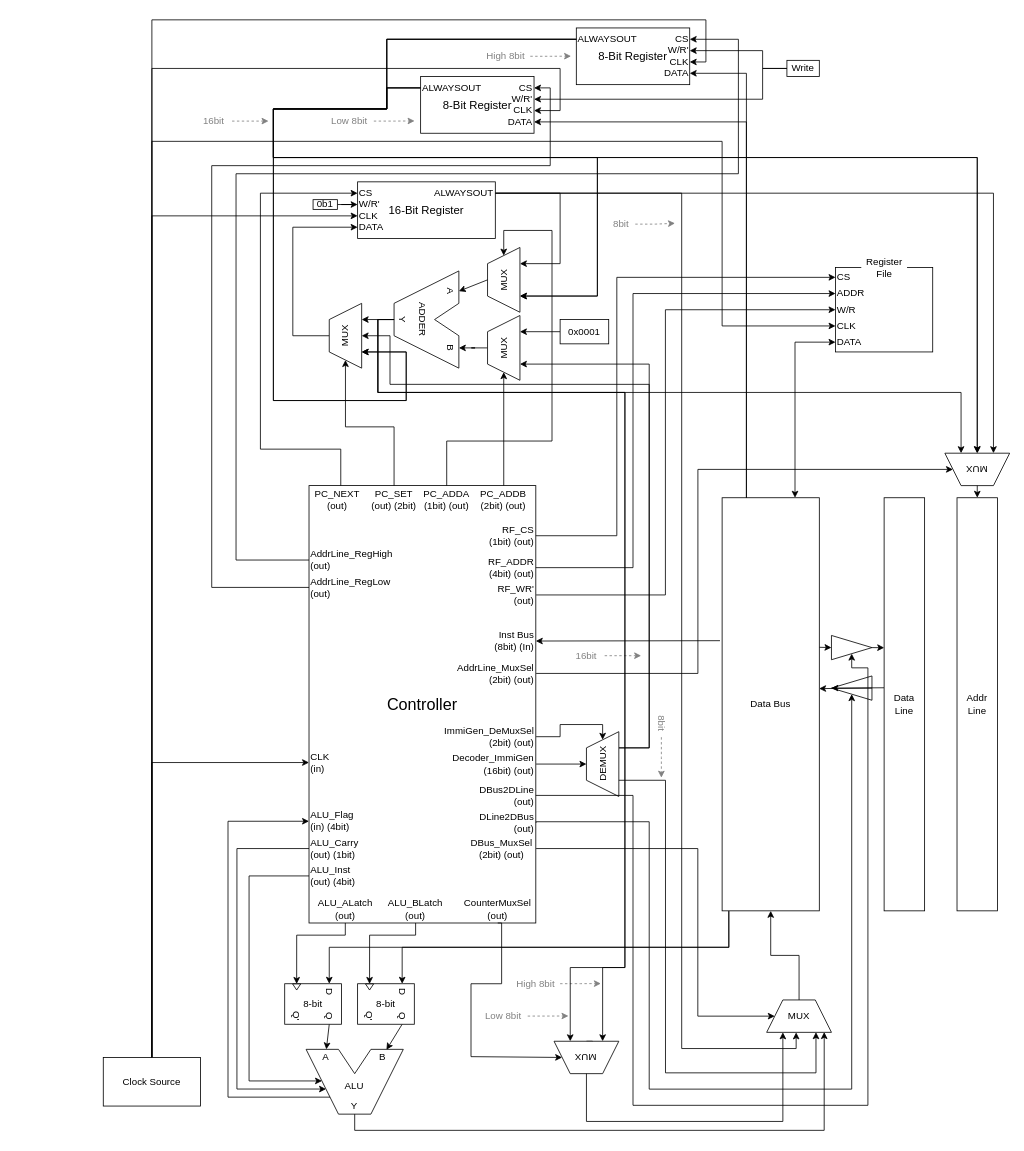
The draw.io diagram wa824/docs/core/I/wa824I.drawio in BeomjunKim-3p/wach, before the edit. Source tidied: cells renumbered, new cells numbered last; positions are measured from the earlier drawing's top-left corner, leaving out a move shared by most shapes. Both pictures are drawn from the tidied source at 81%, with x=0, y=0 at pixel (103, 11).
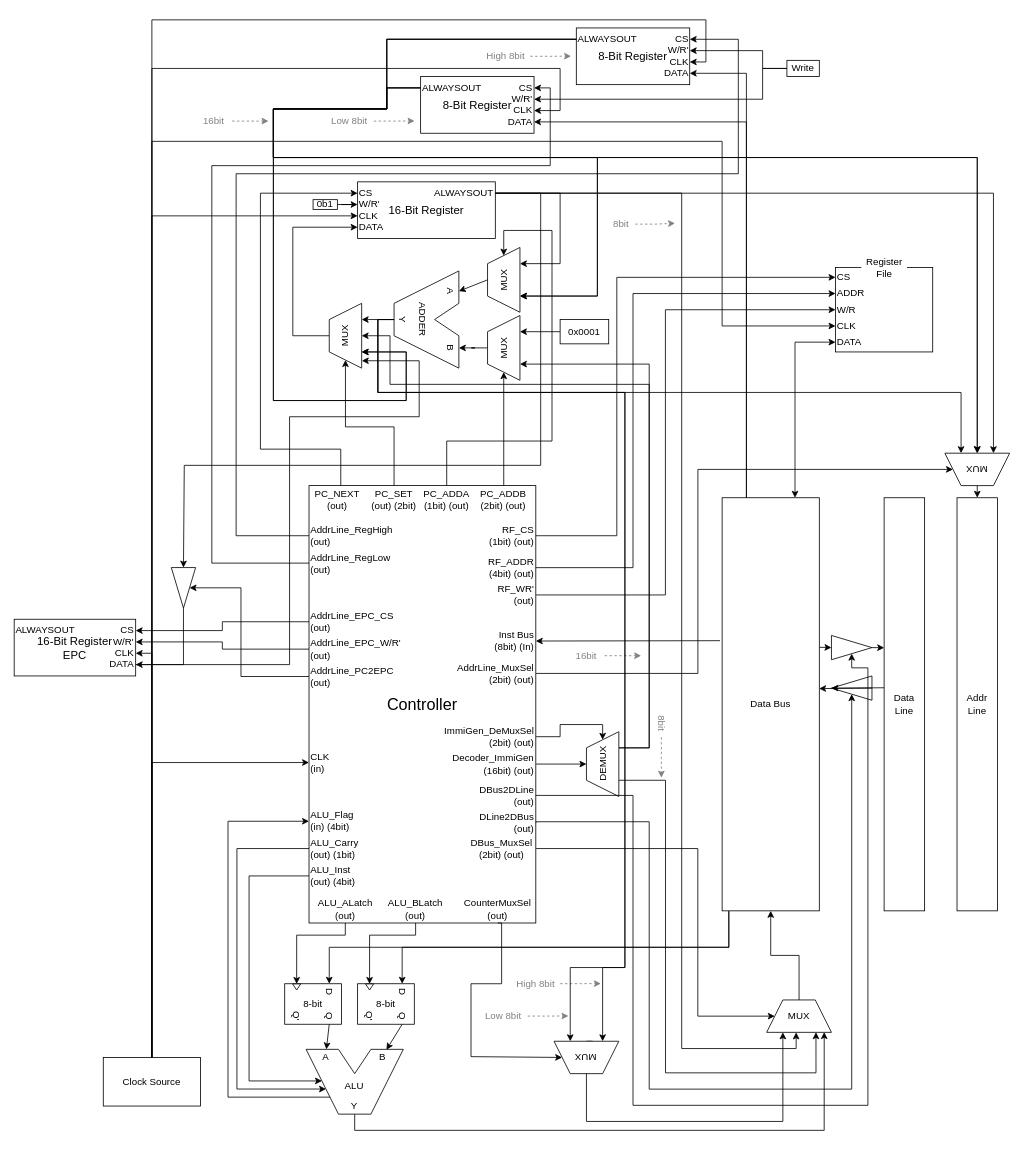
The same diagram, later.

The change refers to these unchanged cells:
```xml
<mxCell id="18" value="MUX" style="shape=trapezoid;perimeter=trapezoidPerimeter;whiteSpace=wrap;html=1;fixedSize=1;rotation=-90;" parent="1" vertex="1">
  <mxGeometry x="259" y="380" width="80" height="40" as="geometry" />
</mxCell>
<mxCell id="55" value="ALWAYSOUT" style="text;html=1;whiteSpace=wrap;strokeColor=none;fillColor=none;align=right;verticalAlign=middle;rounded=0;" parent="49" vertex="1">
  <mxGeometry x="80" y="9" width="90" height="10" as="geometry" />
</mxCell>
<mxCell id="106" value="Clock Source" style="rounded=0;whiteSpace=wrap;html=1;" parent="1" vertex="1">
  <mxGeometry y="1291" width="120" height="60" as="geometry" />
</mxCell>
<mxCell id="162" value="CS" style="text;html=1;whiteSpace=wrap;strokeColor=none;fillColor=none;align=right;verticalAlign=middle;rounded=0;" parent="160" vertex="1">
  <mxGeometry x="123.5" y="9" width="16.5" height="10" as="geometry" />
</mxCell>
<mxCell id="169" value="CS" style="text;html=1;whiteSpace=wrap;strokeColor=none;fillColor=none;align=right;verticalAlign=middle;rounded=0;" parent="167" vertex="1">
  <mxGeometry x="123.5" y="9" width="16.5" height="10" as="geometry" />
</mxCell>
```

Diff of the diagram source:
```diff
@@
     <mxCell id="193" value="AddrLine_RegHigh&lt;div&gt;&lt;div&gt;(out)&lt;/div&gt;&lt;/div&gt;" style="text;html=1;whiteSpace=wrap;strokeColor=none;fillColor=none;align=left;verticalAlign=middle;rounded=0;" parent="1" vertex="1">
-      <mxGeometry x="254" y="660" width="120.4" height="33.8" as="geometry" />
+      <mxGeometry x="254" y="630" width="120.4" height="33.8" as="geometry" />
     </mxCell>
     <mxCell id="194" value="AddrLine_RegLow&lt;div&gt;&lt;div&gt;(out)&lt;/div&gt;&lt;/div&gt;" style="text;html=1;whiteSpace=wrap;strokeColor=none;fillColor=none;align=left;verticalAlign=middle;rounded=0;" parent="1" vertex="1">
-      <mxGeometry x="254" y="693.8" width="120.4" height="33.8" as="geometry" />
+      <mxGeometry x="254" y="663.8" width="120.4" height="33.8" as="geometry" />
     </mxCell>
     <mxCell id="195" style="edgeStyle=orthogonalEdgeStyle;jettySize=auto;html=1;rounded=0;entryX=1;entryY=0.5;entryDx=0;entryDy=0;exitX=0;exitY=0.5;exitDx=0;exitDy=0;" parent="1" edge="1" source="193" target="162">
       <mxGeometry relative="1" as="geometry">
         <Array as="points">
-          <mxPoint x="163.9" y="676.9" />
-          <mxPoint x="163.9" y="200" />
-          <mxPoint x="784.1" y="200" />
-          <mxPoint x="784.1" y="34" />
+          <mxPoint x="164" y="646.9" />
+          <mxPoint x="164" y="200" />
+          <mxPoint x="784" y="200" />
+          <mxPoint x="784" y="34" />
         </Array>
       </mxGeometry>
     </mxCell>
     <mxCell id="196" style="edgeStyle=orthogonalEdgeStyle;jettySize=auto;html=1;rounded=0;exitX=0;exitY=0.5;exitDx=0;exitDy=0;entryX=1;entryY=0.5;entryDx=0;entryDy=0;" parent="1" edge="1" source="194" target="169">
       <mxGeometry relative="1" as="geometry">
         <Array as="points">
-          <mxPoint x="133.9" y="710.6" />
-          <mxPoint x="133.9" y="190" />
+          <mxPoint x="134" y="680.6" />
+          <mxPoint x="134" y="190" />
           <mxPoint x="551.8" y="190" />
           <mxPoint x="551.8" y="94" />
         </Array>
       </mxGeometry>
     </mxCell>
@@
+    <mxCell id="199" style="group;flipH=1;legacyAnchorPoints=0;align=center;verticalAlign=middle;" parent="1" vertex="1">
+      <mxGeometry x="-110" y="750" width="150" height="70" as="geometry" />
+    </mxCell>
+    <mxCell id="200" value="16-Bit Register&lt;div&gt;EPC&lt;/div&gt;" style="rounded=0;whiteSpace=wrap;html=1;fontSize=14;align=center;" parent="199" vertex="1">
+      <mxGeometry width="150" height="70" as="geometry" />
+    </mxCell>
+    <mxCell id="201" value="CS" style="text;html=1;whiteSpace=wrap;strokeColor=none;fillColor=none;align=right;verticalAlign=middle;rounded=0;" parent="199" vertex="1">
+      <mxGeometry x="132.4" y="9" width="17.6" height="10" as="geometry" />
+    </mxCell>
+    <mxCell id="202" value="W/&lt;span style=&quot;background-color: transparent; color: light-dark(rgb(0, 0, 0), rgb(255, 255, 255));&quot;&gt;R'&lt;/span&gt;" style="text;html=1;whiteSpace=wrap;strokeColor=none;fillColor=none;align=right;verticalAlign=middle;rounded=0;" parent="199" vertex="1">
+      <mxGeometry x="132.4" y="23" width="17.6" height="10" as="geometry" />
+    </mxCell>
+    <mxCell id="203" value="CLK" style="text;html=1;whiteSpace=wrap;strokeColor=none;fillColor=none;align=right;verticalAlign=middle;rounded=0;" parent="199" vertex="1">
+      <mxGeometry x="132.4" y="37" width="17.6" height="10" as="geometry" />
+    </mxCell>
+    <mxCell id="204" value="DATA" style="text;html=1;whiteSpace=wrap;strokeColor=none;fillColor=none;align=right;verticalAlign=middle;rounded=0;" parent="199" vertex="1">
+      <mxGeometry x="132.4" y="51" width="17.6" height="10" as="geometry" />
+    </mxCell>
+    <mxCell id="205" value="ALWAYSOUT" style="text;html=1;whiteSpace=wrap;strokeColor=none;fillColor=none;align=left;verticalAlign=middle;rounded=0;" parent="199" vertex="1">
+      <mxGeometry y="9" width="79.4" height="10" as="geometry" />
+    </mxCell>
+    <mxCell id="206" value="AddrLine_EPC_W/R'&lt;div&gt;&lt;div&gt;(out)&lt;/div&gt;&lt;/div&gt;" style="text;html=1;whiteSpace=wrap;strokeColor=none;fillColor=none;align=left;verticalAlign=middle;rounded=0;" parent="1" vertex="1">
+      <mxGeometry x="254" y="770" width="120.4" height="33.8" as="geometry" />
+    </mxCell>
+    <mxCell id="207" value="AddrLine_EPC_CS&lt;div&gt;&lt;div&gt;(out)&lt;/div&gt;&lt;/div&gt;" style="text;html=1;whiteSpace=wrap;strokeColor=none;fillColor=none;align=left;verticalAlign=middle;rounded=0;" parent="1" vertex="1">
+      <mxGeometry x="254" y="736.2" width="120.4" height="33.8" as="geometry" />
+    </mxCell>
+    <mxCell id="208" style="edgeStyle=orthogonalEdgeStyle;jettySize=auto;html=1;rounded=0;exitX=0;exitY=0.5;exitDx=0;exitDy=0;entryX=1;entryY=0.5;entryDx=0;entryDy=0;" parent="1" edge="1" source="207" target="201">
+      <mxGeometry relative="1" as="geometry" />
+    </mxCell>
+    <mxCell id="209" style="edgeStyle=orthogonalEdgeStyle;jettySize=auto;html=1;rounded=0;entryX=1;entryY=0.5;entryDx=0;entryDy=0;exitX=0;exitY=0.5;exitDx=0;exitDy=0;" parent="1" edge="1" source="206" target="202">
+      <mxGeometry relative="1" as="geometry" />
+    </mxCell>
+    <mxCell id="210" style="edgeStyle=orthogonalEdgeStyle;jettySize=auto;html=1;rounded=0;exitX=0.5;exitY=0;exitDx=0;exitDy=0;entryX=1;entryY=0.5;entryDx=0;entryDy=0;" parent="1" edge="1" source="106" target="203">
+      <mxGeometry relative="1" as="geometry" />
+    </mxCell>
+    <mxCell id="211" style="edgeStyle=orthogonalEdgeStyle;jettySize=auto;html=1;rounded=0;exitX=1;exitY=0.5;exitDx=0;exitDy=0;entryX=0.114;entryY=1.004;entryDx=0;entryDy=0;entryPerimeter=0;" parent="1" edge="1" source="204" target="18">
+      <mxGeometry relative="1" as="geometry">
+        <Array as="points">
+          <mxPoint x="230" y="806" />
+          <mxPoint x="230" y="500" />
+          <mxPoint x="390" y="500" />
+          <mxPoint x="390" y="430.9" />
+        </Array>
+      </mxGeometry>
+    </mxCell>
+    <mxCell id="212" style="edgeStyle=orthogonalEdgeStyle;jettySize=auto;html=1;rounded=0;exitX=1;exitY=0.5;exitDx=0;exitDy=0;entryX=0;entryY=0.5;entryDx=0;entryDy=0;" parent="1" edge="1" source="55" target="214">
+      <mxGeometry relative="1" as="geometry">
+        <Array as="points">
+          <mxPoint x="540" y="224" />
+          <mxPoint x="540" y="560" />
+          <mxPoint x="100" y="560" />
+        </Array>
+      </mxGeometry>
+    </mxCell>
+    <mxCell id="213" value="AddrLine_PC2EPC&lt;div&gt;&lt;div&gt;&lt;div&gt;(out)&lt;/div&gt;&lt;/div&gt;&lt;/div&gt;" style="text;html=1;whiteSpace=wrap;strokeColor=none;fillColor=none;align=left;verticalAlign=middle;rounded=0;" parent="1" vertex="1">
+      <mxGeometry x="254" y="803.8" width="120.4" height="33.8" as="geometry" />
+    </mxCell>
+    <mxCell id="214" style="triangle;whiteSpace=wrap;html=1;shapeInside=1;direction=south;" parent="1" vertex="1">
+      <mxGeometry x="84" y="686.2" width="30" height="50" as="geometry" />
+    </mxCell>
+    <mxCell id="215" style="edgeStyle=orthogonalEdgeStyle;jettySize=auto;html=1;rounded=0;exitX=1;exitY=0.5;exitDx=0;exitDy=0;entryX=1;entryY=0.5;entryDx=0;entryDy=0;" parent="1" edge="1" source="214" target="204">
+      <mxGeometry relative="1" as="geometry" />
+    </mxCell>
+    <mxCell id="216" style="edgeStyle=orthogonalEdgeStyle;jettySize=auto;html=1;rounded=0;exitX=0;exitY=0.5;exitDx=0;exitDy=0;entryX=0.5;entryY=0;entryDx=0;entryDy=0;" parent="1" edge="1" source="213" target="214">
+      <mxGeometry relative="1" as="geometry">
+        <Array as="points">
+          <mxPoint x="170" y="820.6" />
+          <mxPoint x="170" y="711.3" />
+        </Array>
+      </mxGeometry>
+    </mxCell>
```
